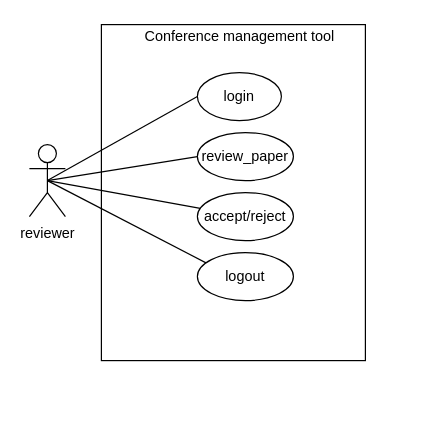
matthew-sliit/conferencemgtool keeps this draw.io diagram as page "reviewer" (2 of 5) of diagrams/UseCase.drawio. Above is the earlier version. Source tidied: cells renumbered, new cells numbered last; positions are measured from the earlier drawing's top-left corner, leaving out a move shared by most shapes. Both pictures are drawn from the tidied source at 120%, with x=0, y=0 at pixel (29, 24).
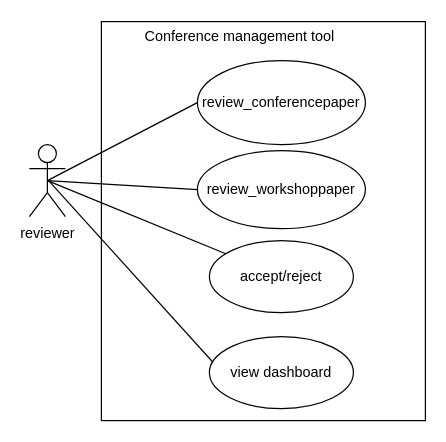
The same diagram, later.

Change to the diagram source:
```diff
@@
 <mxGraphModel>
   <root>
     <mxCell id="0" />
     <mxCell id="1" parent="0" />
     <mxCell id="2" value="reviewer" style="shape=umlActor;verticalLabelPosition=bottom;verticalAlign=top;html=1;" parent="1" vertex="1">
       <mxGeometry y="100" width="30" height="60" as="geometry" />
     </mxCell>
     <mxCell id="3" style="endArrow=none;html=1;exitX=0.5;exitY=0.5;exitDx=0;exitDy=0;exitPerimeter=0;entryX=0;entryY=0.5;entryDx=0;entryDy=0;" parent="1" edge="1" source="2" target="4">
       <mxGeometry relative="1" as="geometry" />
     </mxCell>
-    <mxCell id="4" value="login" style="ellipse;whiteSpace=wrap;html=1;" parent="1" vertex="1">
-      <mxGeometry x="140" y="40" width="70" height="40" as="geometry" />
+    <mxCell id="4" value="review_conferencepaper" style="ellipse;whiteSpace=wrap;html=1;" parent="1" vertex="1">
+      <mxGeometry x="140" y="30" width="140" height="70" as="geometry" />
     </mxCell>
     <mxCell id="5" style="endArrow=none;html=1;exitX=0.5;exitY=0.5;exitDx=0;exitDy=0;exitPerimeter=0;entryX=0;entryY=0.5;entryDx=0;entryDy=0;" parent="1" edge="1" source="2" target="6">
       <mxGeometry relative="1" as="geometry" />
     </mxCell>
-    <mxCell id="6" value="review_paper" style="ellipse;whiteSpace=wrap;html=1;" parent="1" vertex="1">
-      <mxGeometry x="140" y="90" width="80" height="40" as="geometry" />
+    <mxCell id="6" value="review_workshoppaper" style="ellipse;whiteSpace=wrap;html=1;" parent="1" vertex="1">
+      <mxGeometry x="140" y="105" width="140" height="65" as="geometry" />
     </mxCell>
     <mxCell id="7" style="endArrow=none;html=1;exitX=0.5;exitY=0.5;exitDx=0;exitDy=0;exitPerimeter=0;" parent="1" edge="1" source="2" target="8">
       <mxGeometry relative="1" as="geometry" />
     </mxCell>
     <mxCell id="8" value="accept/reject" style="ellipse;whiteSpace=wrap;html=1;" parent="1" vertex="1">
-      <mxGeometry x="140" y="140" width="80" height="40" as="geometry" />
+      <mxGeometry x="150" y="180" width="120" height="60" as="geometry" />
     </mxCell>
-    <mxCell id="9" style="endArrow=none;html=1;exitX=0.5;exitY=0.5;exitDx=0;exitDy=0;exitPerimeter=0;" parent="1" edge="1" source="2">
-      <mxGeometry relative="1" as="geometry">
-        <mxPoint x="150" y="200" as="targetPoint" />
-      </mxGeometry>
-    </mxCell>
-    <mxCell id="10" value="logout" style="ellipse;whiteSpace=wrap;html=1;" parent="1" vertex="1">
-      <mxGeometry x="140" y="190" width="80" height="40" as="geometry" />
-    </mxCell>
     <mxCell id="11" style="rounded=0;whiteSpace=wrap;html=1;fillColor=none;" parent="1" vertex="1">
-      <mxGeometry x="60" width="220" height="280" as="geometry" />
+      <mxGeometry x="60" y="-2.5" width="270" height="332.5" as="geometry" />
     </mxCell>
     <mxCell id="12" value="Conference management tool" style="text;html=1;align=center;verticalAlign=middle;strokeColor=none;" parent="1" vertex="1">
       <mxGeometry x="90" width="170" height="20" as="geometry" />
     </mxCell>
+    <mxCell id="13" style="endArrow=none;html=1;entryX=0.023;entryY=0.353;entryDx=0;entryDy=0;entryPerimeter=0;" parent="1" edge="1" target="14">
+      <mxGeometry relative="1" as="geometry">
+        <mxPoint x="16" y="130" as="sourcePoint" />
+      </mxGeometry>
+    </mxCell>
+    <mxCell id="14" value="view dashboard" style="ellipse;whiteSpace=wrap;html=1;" parent="1" vertex="1">
+      <mxGeometry x="150" y="260" width="120" height="60" as="geometry" />
+    </mxCell>
   </root>
 </mxGraphModel>
```
